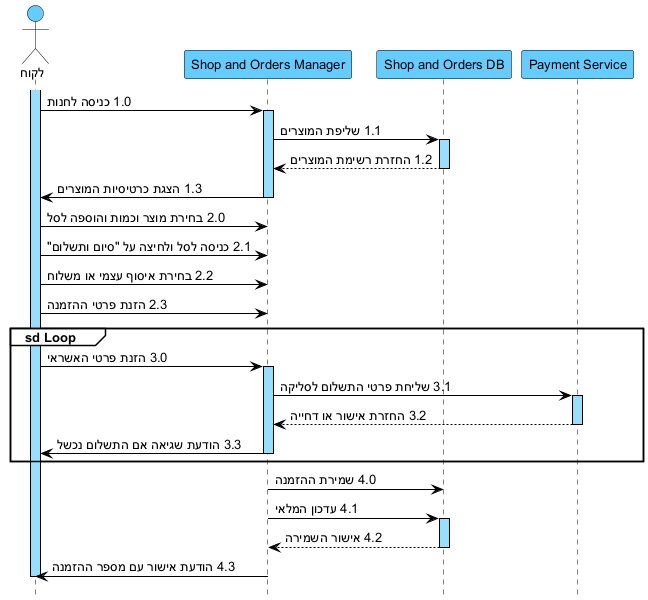
The PlantUML diagram docs/diagrams/png/07-seq-suc07-רכישה-בחנות.png in arielkaplan20/GOLDEN_HAIR_SALOAN, before a commit.
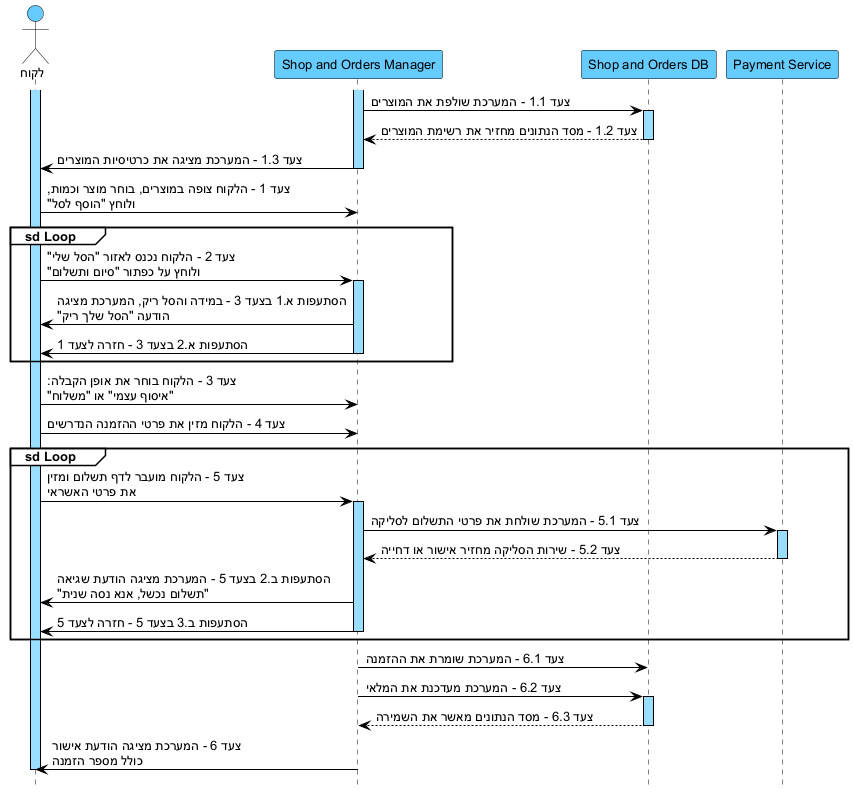
Later version of the same file.

Change to the diagram source:
```diff
@@ -25,38 +25,45 @@
 participant "Payment Service" as PAY
 
 activate C
-C -> SM : 1.0 כניסה לחנות
 activate SM
-SM -> DB : 1.1 שליפת המוצרים
+SM -> DB : צעד 1.1 - המערכת שולפת את המוצרים
 activate DB
-DB --> SM : 1.2 החזרת רשימת המוצרים
+DB --> SM : צעד 1.2 - מסד הנתונים מחזיר את רשימת המוצרים
 deactivate DB
-SM -> C : 1.3 הצגת כרטיסיות המוצרים
+SM -> C : צעד 1.3 - המערכת מציגה את כרטיסיות המוצרים
 deactivate SM
-
-C -> SM : 2.0 בחירת מוצר וכמות והוספה לסל
-C -> SM : 2.1 כניסה לסל ולחיצה על "סיום ותשלום"
-C -> SM : 2.2 בחירת איסוף עצמי או משלוח
-C -> SM : 2.3 הזנת פרטי ההזמנה
+C -> SM : צעד 1 - הלקוח צופה במוצרים, בוחר מוצר וכמות,\nולוחץ "הוסף לסל"
 
 group sd Loop
-C -> SM : 3.0 הזנת פרטי האשראי
+C -> SM : צעד 2 - הלקוח נכנס לאזור "הסל שלי"\nולוחץ על כפתור "סיום ותשלום"
 activate SM
-SM -> PAY : 3.1 שליחת פרטי התשלום לסליקה
+SM -> C : הסתעפות א.1 בצעד 3 - במידה והסל ריק, המערכת מציגה\nהודעה "הסל שלך ריק"
+SM -> C : הסתעפות א.2 בצעד 3 - חזרה לצעד 1
+deactivate SM
+end
+
+C -> SM : צעד 3 - הלקוח בוחר את אופן הקבלה:\n"איסוף עצמי" או "משלוח"
+C -> SM : צעד 4 - הלקוח מזין את פרטי ההזמנה הנדרשים
+
+group sd Loop
+C -> SM : צעד 5 - הלקוח מועבר לדף תשלום ומזין\nאת פרטי האשראי
+activate SM
+SM -> PAY : צעד 5.1 - המערכת שולחת את פרטי התשלום לסליקה
 activate PAY
-PAY --> SM : 3.2 החזרת אישור או דחייה
+PAY --> SM : צעד 5.2 - שירות הסליקה מחזיר אישור או דחייה
 deactivate PAY
-SM -> C : 3.3 הודעת שגיאה אם התשלום נכשל
+SM -> C : הסתעפות ב.2 בצעד 5 - המערכת מציגה הודעת שגיאה\n"תשלום נכשל, אנא נסה שנית"
+SM -> C : הסתעפות ב.3 בצעד 5 - חזרה לצעד 5
 deactivate SM
 end
 
 activate SM
-SM -> DB : 4.0 שמירת ההזמנה
-SM -> DB : 4.1 עדכון המלאי
+SM -> DB : צעד 6.1 - המערכת שומרת את ההזמנה
+SM -> DB : צעד 6.2 - המערכת מעדכנת את המלאי
 activate DB
-DB --> SM : 4.2 אישור השמירה
+DB --> SM : צעד 6.3 - מסד הנתונים מאשר את השמירה
 deactivate DB
-SM -> C : 4.3 הודעת אישור עם מספר ההזמנה
+SM -> C : צעד 6 - המערכת מציגה הודעת אישור\nכולל מספר הזמנה
 deactivate SM
 deactivate C
 @enduml
```
